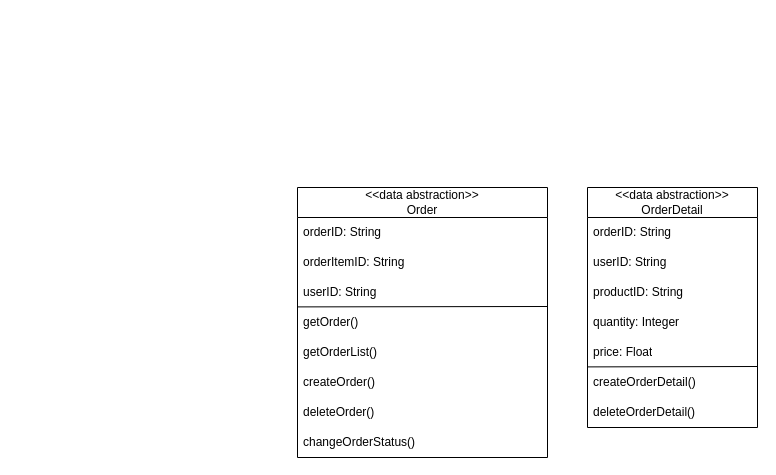
This is page "Page-6" (4 of 6) of SWD392_Gr4_Diagrams.drawio from DuyDuc94/Draw-IO-Storage, a draw.io file, before an edit. Source tidied: cells renumbered, new cells numbered last; positions are measured from the earlier drawing's top-left corner, leaving out a move shared by most shapes. Both pictures are drawn from the tidied source at 100%, with x=0, y=0 at pixel (297, 187).
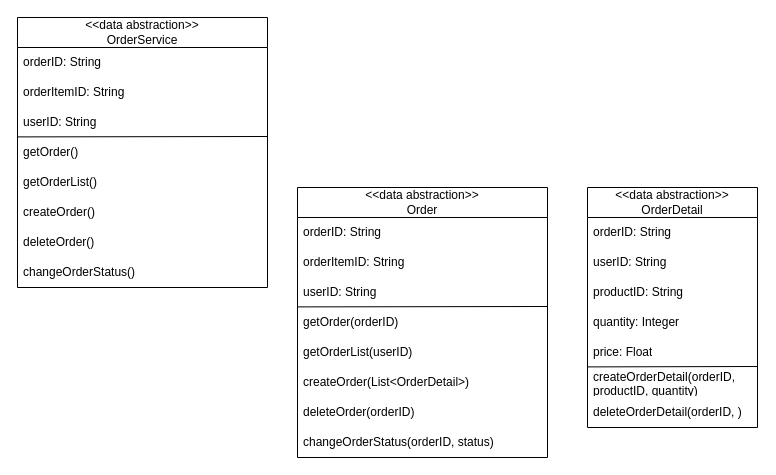
The same page after the edit.

Unchanged cells that the change refers to:
```xml
<mxCell id="2" value="&amp;lt;&amp;lt;data abstraction&amp;gt;&amp;gt;&lt;div&gt;Order&lt;/div&gt;" style="swimlane;fontStyle=0;horizontal=1;startSize=30;whiteSpace=wrap;html=1;" parent="1" vertex="1">
  <mxGeometry width="250" height="270" as="geometry" />
</mxCell>
<mxCell id="12" value="&amp;lt;&amp;lt;data abstraction&amp;gt;&amp;gt;&lt;div&gt;OrderDetail&lt;/div&gt;" style="swimlane;fontStyle=0;horizontal=1;startSize=30;whiteSpace=wrap;html=1;" parent="1" vertex="1">
  <mxGeometry x="290" width="170" height="240" as="geometry" />
</mxCell>
```

What changed in the source:
```diff
@@
-    <mxCell id="7" value="getOrder()" style="text;strokeColor=none;fillColor=none;align=left;verticalAlign=middle;spacingLeft=4;spacingRight=4;overflow=hidden;whiteSpace=wrap;html=1;" parent="2" vertex="1">
+    <mxCell id="7" value="getOrder(orderID)" style="text;strokeColor=none;fillColor=none;align=left;verticalAlign=middle;spacingLeft=4;spacingRight=4;overflow=hidden;whiteSpace=wrap;html=1;" parent="2" vertex="1">
       <mxGeometry y="120" width="250" height="30" as="geometry" />
     </mxCell>
-    <mxCell id="8" value="getOrderList()" style="text;strokeColor=none;fillColor=none;align=left;verticalAlign=middle;spacingLeft=4;spacingRight=4;overflow=hidden;whiteSpace=wrap;html=1;" parent="2" vertex="1">
+    <mxCell id="8" value="getOrderList(userID)" style="text;strokeColor=none;fillColor=none;align=left;verticalAlign=middle;spacingLeft=4;spacingRight=4;overflow=hidden;whiteSpace=wrap;html=1;" parent="2" vertex="1">
       <mxGeometry y="150" width="250" height="30" as="geometry" />
     </mxCell>
-    <mxCell id="9" value="createOrder()" style="text;strokeColor=none;fillColor=none;align=left;verticalAlign=middle;spacingLeft=4;spacingRight=4;overflow=hidden;whiteSpace=wrap;html=1;" parent="2" vertex="1">
+    <mxCell id="9" value="createOrder(List&amp;lt;OrderDetail&amp;gt;)" style="text;strokeColor=none;fillColor=none;align=left;verticalAlign=middle;spacingLeft=4;spacingRight=4;overflow=hidden;whiteSpace=wrap;html=1;" parent="2" vertex="1">
       <mxGeometry y="180" width="250" height="30" as="geometry" />
     </mxCell>
-    <mxCell id="10" value="deleteOrder()" style="text;strokeColor=none;fillColor=none;align=left;verticalAlign=middle;spacingLeft=4;spacingRight=4;overflow=hidden;whiteSpace=wrap;html=1;" parent="2" vertex="1">
+    <mxCell id="10" value="deleteOrder(orderID&lt;span style=&quot;background-color: initial;&quot;&gt;)&lt;/span&gt;" style="text;strokeColor=none;fillColor=none;align=left;verticalAlign=middle;spacingLeft=4;spacingRight=4;overflow=hidden;whiteSpace=wrap;html=1;" parent="2" vertex="1">
       <mxGeometry y="210" width="250" height="30" as="geometry" />
     </mxCell>
-    <mxCell id="11" value="changeOrderStatus()" style="text;strokeColor=none;fillColor=none;align=left;verticalAlign=middle;spacingLeft=4;spacingRight=4;overflow=hidden;whiteSpace=wrap;html=1;" parent="2" vertex="1">
+    <mxCell id="11" value="changeOrderStatus(orderID, status)" style="text;strokeColor=none;fillColor=none;align=left;verticalAlign=middle;spacingLeft=4;spacingRight=4;overflow=hidden;whiteSpace=wrap;html=1;" parent="2" vertex="1">
       <mxGeometry y="240" width="250" height="30" as="geometry" />
     </mxCell>
@@
-    <mxCell id="19" value="createOrderDetail()" style="text;strokeColor=none;fillColor=none;align=left;verticalAlign=middle;spacingLeft=4;spacingRight=4;overflow=hidden;whiteSpace=wrap;html=1;" parent="12" vertex="1">
+    <mxCell id="19" value="createOrderDetail(orderID, productID, quantity)" style="text;strokeColor=none;fillColor=none;align=left;verticalAlign=middle;spacingLeft=4;spacingRight=4;overflow=hidden;whiteSpace=wrap;html=1;" parent="12" vertex="1">
       <mxGeometry y="180" width="170" height="30" as="geometry" />
     </mxCell>
-    <mxCell id="20" value="deleteOrderDetail()" style="text;strokeColor=none;fillColor=none;align=left;verticalAlign=middle;spacingLeft=4;spacingRight=4;overflow=hidden;whiteSpace=wrap;html=1;" parent="12" vertex="1">
+    <mxCell id="20" value="deleteOrderDetail(orderID, )" style="text;strokeColor=none;fillColor=none;align=left;verticalAlign=middle;spacingLeft=4;spacingRight=4;overflow=hidden;whiteSpace=wrap;html=1;" parent="12" vertex="1">
       <mxGeometry y="210" width="170" height="30" as="geometry" />
     </mxCell>
+    <mxCell id="21" value="&amp;lt;&amp;lt;data abstraction&amp;gt;&amp;gt;&lt;div&gt;OrderService&lt;/div&gt;" style="swimlane;fontStyle=0;horizontal=1;startSize=30;whiteSpace=wrap;html=1;" parent="1" vertex="1">
+      <mxGeometry x="-280" y="-170" width="250" height="270" as="geometry" />
+    </mxCell>
+    <mxCell id="22" value="orderID: String" style="text;strokeColor=none;fillColor=none;align=left;verticalAlign=middle;spacingLeft=4;spacingRight=4;overflow=hidden;whiteSpace=wrap;html=1;" parent="21" vertex="1">
+      <mxGeometry y="30" width="250" height="30" as="geometry" />
+    </mxCell>
+    <mxCell id="23" value="orderItemID: String" style="text;strokeColor=none;fillColor=none;align=left;verticalAlign=middle;spacingLeft=4;spacingRight=4;overflow=hidden;whiteSpace=wrap;html=1;" parent="21" vertex="1">
+      <mxGeometry y="60" width="250" height="30" as="geometry" />
+    </mxCell>
+    <mxCell id="24" value="userID: String" style="text;strokeColor=none;fillColor=none;align=left;verticalAlign=middle;spacingLeft=4;spacingRight=4;overflow=hidden;whiteSpace=wrap;html=1;" parent="21" vertex="1">
+      <mxGeometry y="90" width="250" height="30" as="geometry" />
+    </mxCell>
+    <mxCell id="25" style="endArrow=none;html=1;rounded=0;" parent="21" edge="1">
+      <mxGeometry relative="1" as="geometry">
+        <mxPoint y="119.4" as="sourcePoint" />
+        <mxPoint x="250" y="119" as="targetPoint" />
+      </mxGeometry>
+    </mxCell>
+    <mxCell id="26" value="getOrder()" style="text;strokeColor=none;fillColor=none;align=left;verticalAlign=middle;spacingLeft=4;spacingRight=4;overflow=hidden;whiteSpace=wrap;html=1;" parent="21" vertex="1">
+      <mxGeometry y="120" width="250" height="30" as="geometry" />
+    </mxCell>
+    <mxCell id="27" value="getOrderList()" style="text;strokeColor=none;fillColor=none;align=left;verticalAlign=middle;spacingLeft=4;spacingRight=4;overflow=hidden;whiteSpace=wrap;html=1;" parent="21" vertex="1">
+      <mxGeometry y="150" width="250" height="30" as="geometry" />
+    </mxCell>
+    <mxCell id="28" value="createOrder()" style="text;strokeColor=none;fillColor=none;align=left;verticalAlign=middle;spacingLeft=4;spacingRight=4;overflow=hidden;whiteSpace=wrap;html=1;" parent="21" vertex="1">
+      <mxGeometry y="180" width="250" height="30" as="geometry" />
+    </mxCell>
+    <mxCell id="29" value="deleteOrder()" style="text;strokeColor=none;fillColor=none;align=left;verticalAlign=middle;spacingLeft=4;spacingRight=4;overflow=hidden;whiteSpace=wrap;html=1;" parent="21" vertex="1">
+      <mxGeometry y="210" width="250" height="30" as="geometry" />
+    </mxCell>
+    <mxCell id="30" value="changeOrderStatus()" style="text;strokeColor=none;fillColor=none;align=left;verticalAlign=middle;spacingLeft=4;spacingRight=4;overflow=hidden;whiteSpace=wrap;html=1;" parent="21" vertex="1">
+      <mxGeometry y="240" width="250" height="30" as="geometry" />
+    </mxCell>
```
